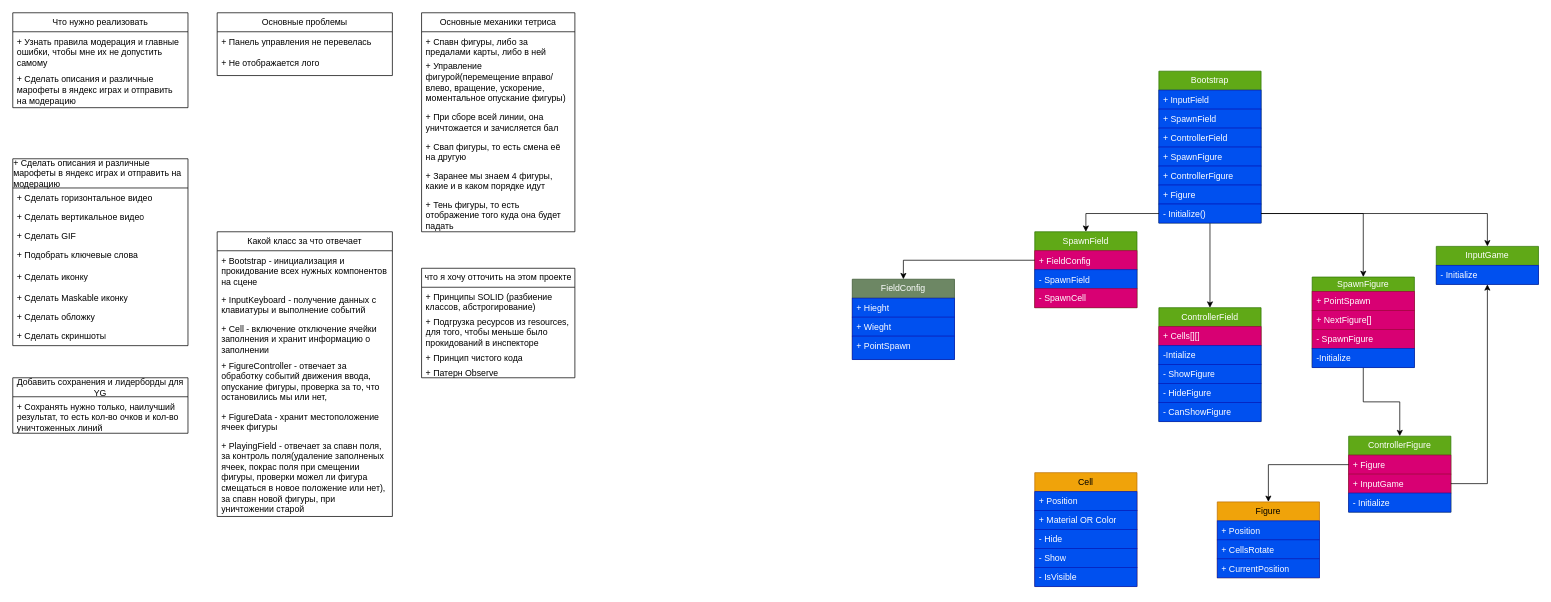
The draw.io diagram TetrisGame.drawio in Bablakov/Tetris, before the edit. Source tidied: cells renumbered, new cells numbered last; positions are measured from the earlier drawing's top-left corner, leaving out a move shared by most shapes. Both pictures are drawn from the tidied source at 73%, with x=0, y=0 at pixel (12, 12).
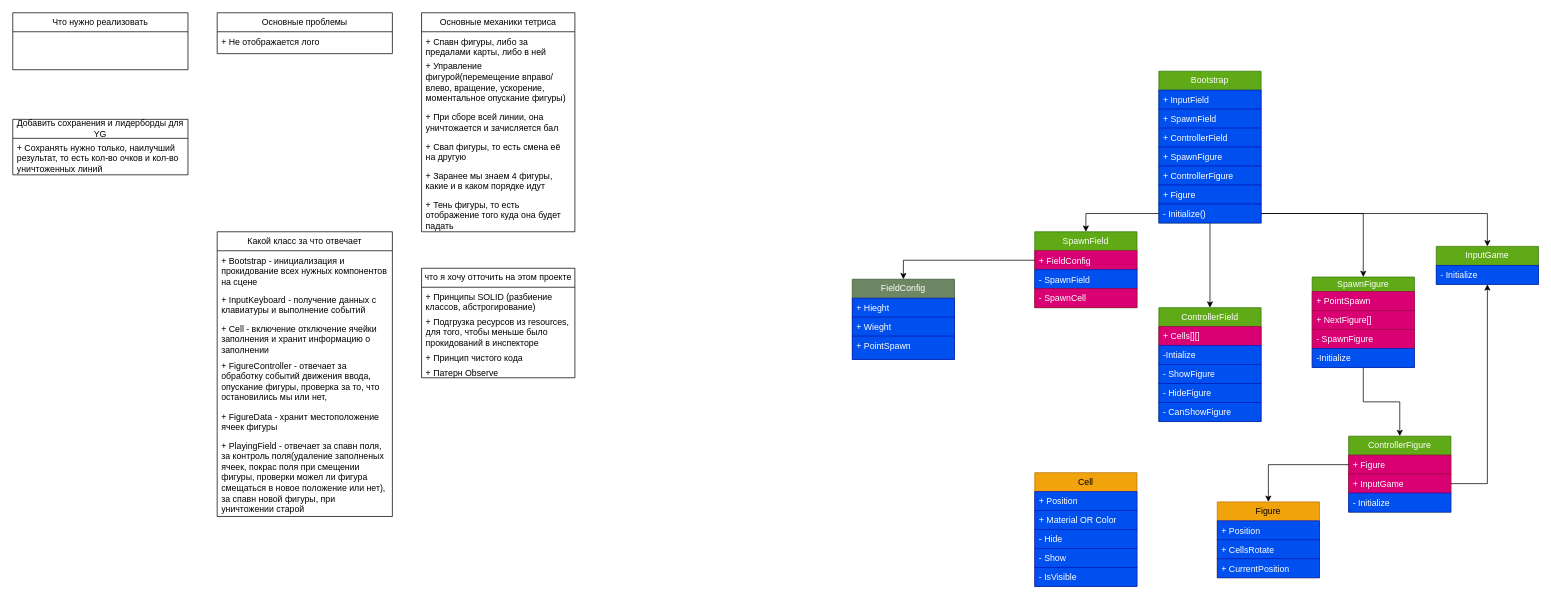
Above is the later version.

Diff of the diagram source:
```diff
@@
     <mxCell id="2" value="Что нужно реализовать" style="swimlane;fontStyle=0;horizontal=1;startSize=26;fillColor=none;whiteSpace=wrap;html=1;" parent="1" vertex="1">
-      <mxGeometry width="240" height="130" as="geometry" />
+      <mxGeometry width="240" height="78" as="geometry" />
     </mxCell>
-    <mxCell id="3" value="+ Узнать правила модерация и главные ошибки, чтобы мне их не допустить самому" style="text;strokeColor=none;fillColor=none;align=left;verticalAlign=top;spacingLeft=4;spacingRight=4;overflow=hidden;whiteSpace=wrap;html=1;" parent="2" vertex="1">
-      <mxGeometry y="26" width="240" height="52" as="geometry" />
-    </mxCell>
-    <mxCell id="4" value="+ Сделать описания и различные марофеты в яндекс играх и отправить на модерацию" style="text;strokeColor=none;fillColor=none;align=left;verticalAlign=top;spacingLeft=4;spacingRight=4;overflow=hidden;whiteSpace=wrap;html=1;" parent="2" vertex="1">
-      <mxGeometry y="78" width="240" height="52" as="geometry" />
-    </mxCell>
@@
     <mxCell id="12" value="Основные проблемы" style="swimlane;fontStyle=0;horizontal=1;startSize=26;fillColor=none;whiteSpace=wrap;html=1;" parent="1" vertex="1">
-      <mxGeometry x="280" width="240" height="86" as="geometry" />
+      <mxGeometry x="280" width="240" height="56" as="geometry" />
     </mxCell>
-    <mxCell id="13" value="+ Панель управления не перевелась" style="text;strokeColor=none;fillColor=none;align=left;verticalAlign=top;spacingLeft=4;spacingRight=4;overflow=hidden;whiteSpace=wrap;html=1;" parent="12" vertex="1">
-      <mxGeometry y="26" width="240" height="30" as="geometry" />
-    </mxCell>
     <mxCell id="14" value="+ Не отображается лого" style="text;strokeColor=none;fillColor=none;align=left;verticalAlign=top;spacingLeft=4;spacingRight=4;overflow=hidden;whiteSpace=wrap;html=1;" parent="12" vertex="1">
-      <mxGeometry y="56" width="240" height="30" as="geometry" />
+      <mxGeometry y="26" width="240" height="30" as="geometry" />
     </mxCell>
@@
-    <mxCell id="78" value="&lt;div style=&quot;text-align: left;&quot;&gt;+ Сделать описания и различные марофеты в яндекс играх и отправить на модерацию&lt;br&gt;&lt;/div&gt;" style="swimlane;fontStyle=0;horizontal=1;startSize=40;fillColor=none;whiteSpace=wrap;html=1;" parent="1" vertex="1">
-      <mxGeometry y="200" width="240" height="256" as="geometry" />
-    </mxCell>
-    <mxCell id="79" value="+ Сделать горизонтальное видео" style="text;strokeColor=none;fillColor=none;align=left;verticalAlign=top;spacingLeft=4;spacingRight=4;overflow=hidden;whiteSpace=wrap;html=1;" parent="78" vertex="1">
-      <mxGeometry y="40" width="240" height="26" as="geometry" />
-    </mxCell>
-    <mxCell id="80" value="+ Сделать вертикальное видео" style="text;strokeColor=none;fillColor=none;align=left;verticalAlign=top;spacingLeft=4;spacingRight=4;overflow=hidden;whiteSpace=wrap;html=1;" parent="78" vertex="1">
-      <mxGeometry y="66" width="240" height="26" as="geometry" />
-    </mxCell>
-    <mxCell id="81" value="+ Сделать GIF" style="text;strokeColor=none;fillColor=none;align=left;verticalAlign=top;spacingLeft=4;spacingRight=4;overflow=hidden;whiteSpace=wrap;html=1;" parent="78" vertex="1">
-      <mxGeometry y="92" width="240" height="26" as="geometry" />
-    </mxCell>
-    <mxCell id="82" value="+ Подобрать ключевые слова" style="text;strokeColor=none;fillColor=none;align=left;verticalAlign=top;spacingLeft=4;spacingRight=4;overflow=hidden;whiteSpace=wrap;html=1;" parent="78" vertex="1">
-      <mxGeometry y="118" width="240" height="30" as="geometry" />
-    </mxCell>
-    <mxCell id="83" value="+ Сделать иконку" style="text;strokeColor=none;fillColor=none;align=left;verticalAlign=top;spacingLeft=4;spacingRight=4;overflow=hidden;whiteSpace=wrap;html=1;" parent="78" vertex="1">
-      <mxGeometry y="148" width="240" height="30" as="geometry" />
-    </mxCell>
-    <mxCell id="84" value="+ Сделать Maskable иконку" style="text;strokeColor=none;fillColor=none;align=left;verticalAlign=top;spacingLeft=4;spacingRight=4;overflow=hidden;whiteSpace=wrap;html=1;" parent="78" vertex="1">
-      <mxGeometry y="178" width="240" height="26" as="geometry" />
-    </mxCell>
-    <mxCell id="85" value="+ Сделать обложку" style="text;strokeColor=none;fillColor=none;align=left;verticalAlign=top;spacingLeft=4;spacingRight=4;overflow=hidden;whiteSpace=wrap;html=1;" parent="78" vertex="1">
-      <mxGeometry y="204" width="240" height="26" as="geometry" />
-    </mxCell>
-    <mxCell id="86" value="+ Сделать скриншоты" style="text;strokeColor=none;fillColor=none;align=left;verticalAlign=top;spacingLeft=4;spacingRight=4;overflow=hidden;whiteSpace=wrap;html=1;" parent="78" vertex="1">
-      <mxGeometry y="230" width="240" height="26" as="geometry" />
-    </mxCell>
     <mxCell id="87" value="&lt;div style=&quot;&quot;&gt;Добавить сохранения и лидерборды для YG&lt;br&gt;&lt;/div&gt;" style="swimlane;fontStyle=0;horizontal=1;startSize=26;fillColor=none;whiteSpace=wrap;html=1;" parent="1" vertex="1">
-      <mxGeometry y="500" width="240" height="76" as="geometry" />
+      <mxGeometry y="146" width="240" height="76" as="geometry" />
     </mxCell>
```
